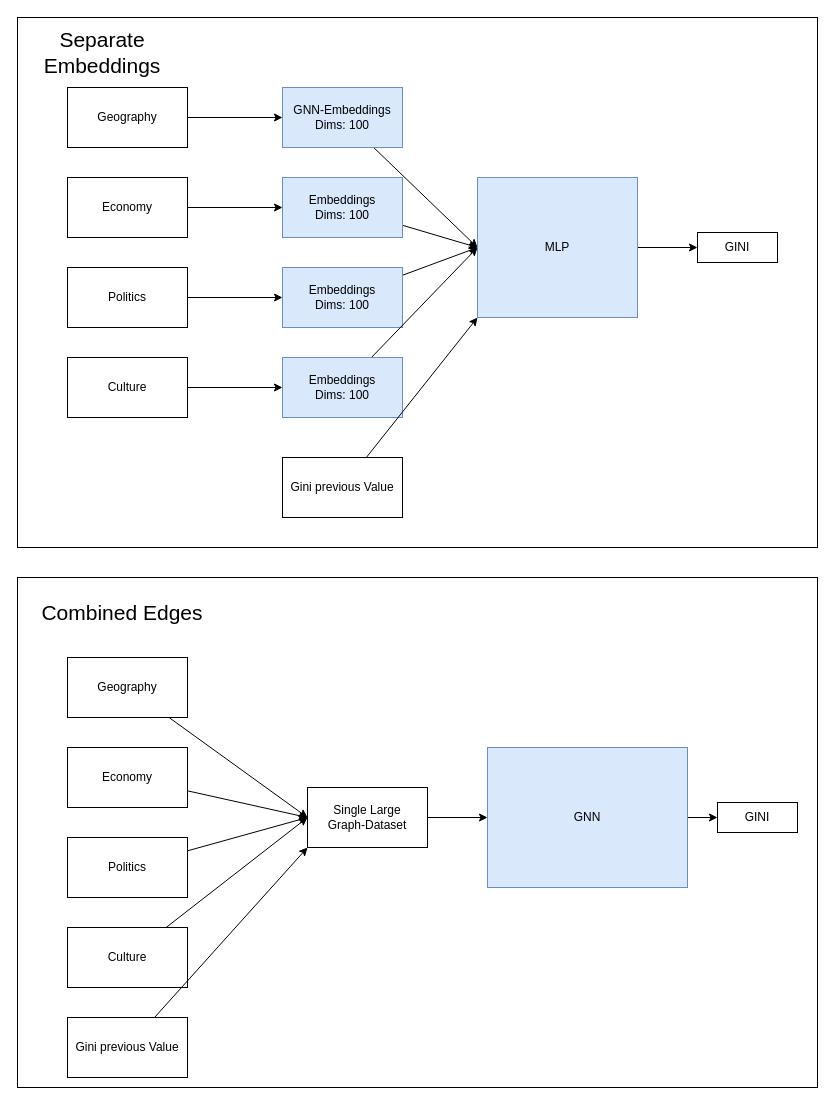
samrauh/dlss-project keeps this draw.io diagram as notes/model_design.drawio. Above is the earlier version. Source tidied: cells renumbered, new cells numbered last; positions are measured from the earlier drawing's top-left corner, leaving out a move shared by most shapes. Both pictures are drawn from the tidied source at 100%, with x=0, y=0 at pixel (17, 17).
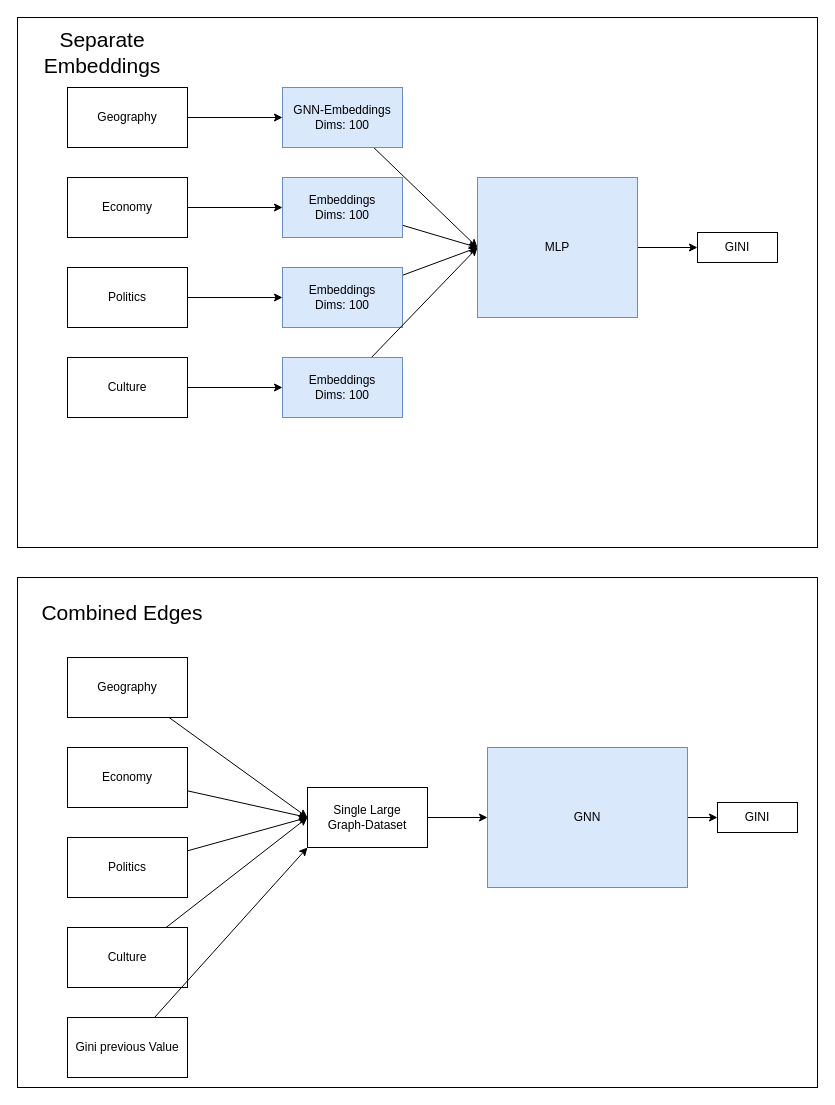
The same diagram, later.

The change refers to these unchanged cells:
```xml
<mxCell id="21" value="MLP" style="rounded=0;whiteSpace=wrap;html=1;fillColor=#dae8fc;strokeColor=#6c8ebf;" parent="1" vertex="1">
  <mxGeometry x="460" y="160" width="160" height="140" as="geometry" />
</mxCell>
```

Change to the diagram source:
```diff
@@
-    <mxCell id="36" style="edgeStyle=none;html=1;entryX=0;entryY=1;entryDx=0;entryDy=0;" parent="1" edge="1" source="37" target="21">
-      <mxGeometry relative="1" as="geometry" />
-    </mxCell>
-    <mxCell id="37" value="Gini previous Value" style="rounded=0;whiteSpace=wrap;html=1;" parent="1" vertex="1">
-      <mxGeometry x="265" y="440" width="120" height="60" as="geometry" />
-    </mxCell>
```
